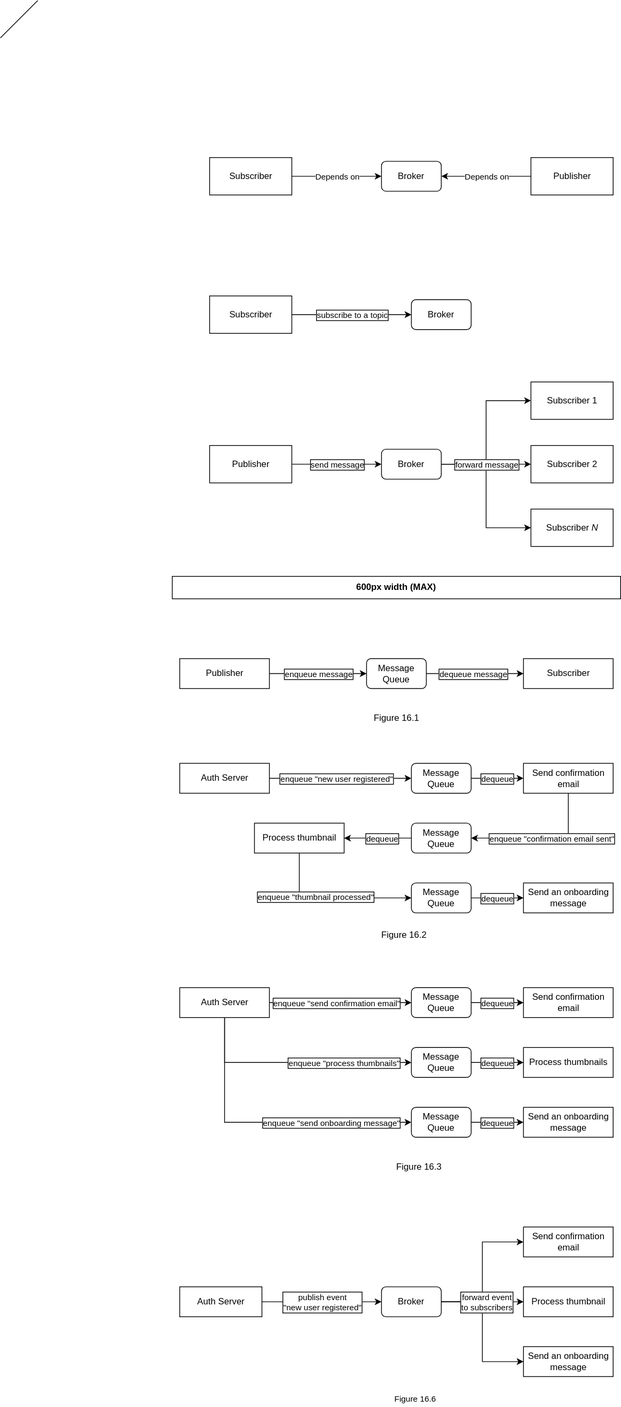
Before: Diagrams/Microservices-pub-sub.svg, a diagram exported from draw.io (PacktPublishing/Architecting-ASP.NET-Core-Applications-3E). Source tidied: cells renumbered, new cells last; positions are measured from the earlier drawing's top-left corner, leaving out a move shared by most shapes.
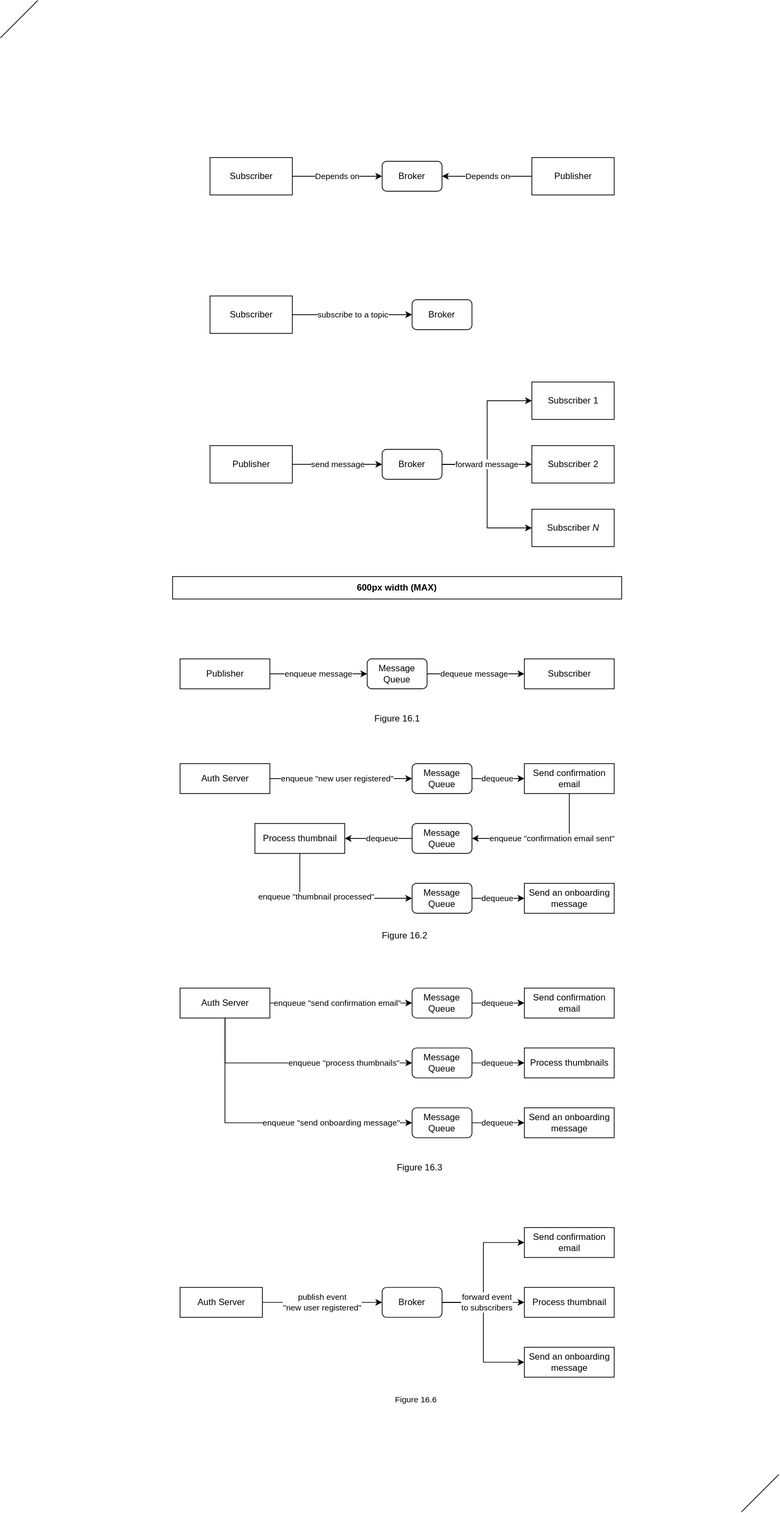
After the change.

What changed in the source:
```diff
@@ -11,7 +11,7 @@
     <mxCell id="4" style="edgeStyle=elbowEdgeStyle;rounded=0;jettySize=auto;html=1;" parent="1" edge="1" source="6" target="12">
       <mxGeometry relative="1" as="geometry" />
     </mxCell>
-    <mxCell id="5" value="forward message" style="edgeLabel;html=1;align=center;verticalAlign=middle;labelBorderColor=#000000;" parent="4" vertex="1">
+    <mxCell id="5" value="forward message" style="edgeLabel;html=1;align=center;verticalAlign=middle;labelBorderColor=none;" parent="4" vertex="1">
       <mxGeometry x="-0.67" relative="1" as="geometry">
         <mxPoint x="26" as="offset" />
       </mxGeometry>
@@ -22,7 +22,7 @@
     <mxCell id="7" style="edgeStyle=orthogonalEdgeStyle;rounded=0;jettySize=auto;html=1;" parent="1" edge="1" source="9" target="6">
       <mxGeometry relative="1" as="geometry" />
     </mxCell>
-    <mxCell id="8" value="send message" style="edgeLabel;align=center;verticalAlign=middle;labelBorderColor=#000000;spacingTop=0;labelPadding=0;backgroundOutline=0;imageHeight=24;imageAspect=1;html=1;spacing=2;spacingRight=0;" parent="7" vertex="1">
+    <mxCell id="8" value="send message" style="edgeLabel;align=center;verticalAlign=middle;labelBorderColor=none;spacingTop=0;labelPadding=0;backgroundOutline=0;imageHeight=24;imageAspect=1;html=1;spacing=2;spacingRight=0;" parent="7" vertex="1">
       <mxGeometry x="-0.18" y="1" relative="1" as="geometry">
         <mxPoint x="11" y="1" as="offset" />
       </mxGeometry>
@@ -42,7 +42,7 @@
     <mxCell id="13" style="edgeStyle=elbowEdgeStyle;rounded=0;jettySize=auto;html=1;startArrow=classic;startFill=1;endArrow=none;endFill=0;" parent="1" edge="1" source="15" target="16">
       <mxGeometry relative="1" as="geometry" />
     </mxCell>
-    <mxCell id="14" value="subscribe to a topic" style="edgeLabel;html=1;align=center;verticalAlign=middle;labelBorderColor=#000000;" parent="13" vertex="1">
+    <mxCell id="14" value="subscribe to a topic" style="edgeLabel;html=1;align=center;verticalAlign=middle;labelBorderColor=none;" parent="13" vertex="1">
       <mxGeometry x="-0.67" relative="1" as="geometry">
         <mxPoint x="-54" as="offset" />
       </mxGeometry>
@@ -56,7 +56,7 @@
     <mxCell id="17" style="edgeStyle=orthogonalEdgeStyle;rounded=0;jettySize=auto;html=1;" parent="1" edge="1" source="19" target="23">
       <mxGeometry relative="1" as="geometry" />
     </mxCell>
-    <mxCell id="18" value="dequeue message" style="edgeLabel;html=1;align=center;verticalAlign=middle;labelBorderColor=#000000;" parent="17" vertex="1">
+    <mxCell id="18" value="dequeue message" style="edgeLabel;html=1;align=center;verticalAlign=middle;labelBorderColor=none;labelBackgroundColor=default;fontColor=default;" parent="17" vertex="1">
       <mxGeometry x="0.2" relative="1" as="geometry">
         <mxPoint x="-16" as="offset" />
       </mxGeometry>
@@ -67,7 +67,7 @@
     <mxCell id="20" style="edgeStyle=orthogonalEdgeStyle;rounded=0;jettySize=auto;html=1;" parent="1" edge="1" source="22" target="19">
       <mxGeometry relative="1" as="geometry" />
     </mxCell>
-    <mxCell id="21" value="enqueue message" style="edgeLabel;align=center;verticalAlign=middle;labelBorderColor=#000000;spacingTop=0;labelPadding=0;backgroundOutline=0;imageHeight=24;imageAspect=1;html=1;spacing=2;spacingRight=0;" parent="20" vertex="1">
+    <mxCell id="21" value="enqueue message" style="edgeLabel;align=center;verticalAlign=middle;labelBorderColor=none;spacingTop=0;labelPadding=0;backgroundOutline=0;imageHeight=24;imageAspect=1;html=1;spacing=2;spacingRight=0;labelBackgroundColor=default;fontColor=default;" parent="20" vertex="1">
       <mxGeometry x="-0.18" y="1" relative="1" as="geometry">
         <mxPoint x="11" y="1" as="offset" />
       </mxGeometry>
@@ -81,7 +81,7 @@
     <mxCell id="24" style="edgeStyle=orthogonalEdgeStyle;rounded=0;jettySize=auto;html=1;" parent="1" edge="1" source="26" target="30">
       <mxGeometry relative="1" as="geometry" />
     </mxCell>
-    <mxCell id="25" value="dequeue" style="edgeLabel;html=1;align=center;verticalAlign=middle;labelBorderColor=#000000;" parent="24" vertex="1">
+    <mxCell id="25" value="dequeue" style="edgeLabel;html=1;align=center;verticalAlign=middle;labelBorderColor=none;" parent="24" vertex="1">
       <mxGeometry x="0.2" relative="1" as="geometry">
         <mxPoint x="-8" as="offset" />
       </mxGeometry>
@@ -92,7 +92,7 @@
     <mxCell id="27" style="edgeStyle=orthogonalEdgeStyle;rounded=0;jettySize=auto;html=1;" parent="1" edge="1" source="29" target="26">
       <mxGeometry relative="1" as="geometry" />
     </mxCell>
-    <mxCell id="28" value="enqueue &quot;new user registered&quot;" style="edgeLabel;align=center;verticalAlign=middle;labelBorderColor=#000000;spacingTop=0;labelPadding=0;backgroundOutline=0;imageHeight=24;imageAspect=1;html=1;spacing=2;spacingRight=0;" parent="27" vertex="1">
+    <mxCell id="28" value="enqueue &quot;new user registered&quot;" style="edgeLabel;align=center;verticalAlign=middle;labelBorderColor=none;spacingTop=0;labelPadding=0;backgroundOutline=0;imageHeight=24;imageAspect=1;html=1;spacing=2;spacingRight=0;" parent="27" vertex="1">
       <mxGeometry x="-0.18" y="1" relative="1" as="geometry">
         <mxPoint x="11" y="1" as="offset" />
       </mxGeometry>
@@ -112,7 +112,7 @@
     <mxCell id="33" style="edgeStyle=elbowEdgeStyle;rounded=0;jettySize=auto;html=1;" parent="1" edge="1" source="35" target="41">
       <mxGeometry relative="1" as="geometry" />
     </mxCell>
-    <mxCell id="34" value="forward event&lt;br&gt;to subscribers" style="edgeLabel;html=1;align=center;verticalAlign=middle;labelBorderColor=#000000;" parent="33" vertex="1">
+    <mxCell id="34" value="forward event&lt;br&gt;to subscribers" style="edgeLabel;html=1;align=center;verticalAlign=middle;labelBorderColor=none;" parent="33" vertex="1">
       <mxGeometry x="-0.67" relative="1" as="geometry">
         <mxPoint x="29" as="offset" />
       </mxGeometry>
@@ -123,7 +123,7 @@
     <mxCell id="36" style="edgeStyle=orthogonalEdgeStyle;rounded=0;jettySize=auto;html=1;" parent="1" edge="1" source="38" target="35">
       <mxGeometry relative="1" as="geometry" />
     </mxCell>
-    <mxCell id="37" value="publish event&lt;br style=&quot;font-size: 11px&quot;&gt;&quot;new user registered&quot;" style="edgeLabel;align=center;verticalAlign=middle;labelBorderColor=#000000;spacingTop=0;labelPadding=0;backgroundOutline=0;imageHeight=24;imageAspect=1;html=1;spacing=2;spacingRight=0;fontSize=11;" parent="36" vertex="1">
+    <mxCell id="37" value="publish event&lt;br style=&quot;font-size: 11px&quot;&gt;&quot;new user registered&quot;" style="edgeLabel;align=center;verticalAlign=middle;labelBorderColor=none;spacingTop=0;labelPadding=0;backgroundOutline=0;imageHeight=24;imageAspect=1;html=1;spacing=2;spacingRight=0;fontSize=11;" parent="36" vertex="1">
       <mxGeometry x="-0.18" y="1" relative="1" as="geometry">
         <mxPoint x="14" y="1" as="offset" />
       </mxGeometry>
@@ -143,7 +143,7 @@
     <mxCell id="42" style="edgeStyle=orthogonalEdgeStyle;rounded=0;jettySize=auto;html=1;" parent="1" edge="1" source="44" target="47">
       <mxGeometry relative="1" as="geometry" />
     </mxCell>
-    <mxCell id="43" value="dequeue" style="edgeLabel;html=1;align=center;verticalAlign=middle;labelBorderColor=#000000;" parent="42" vertex="1">
+    <mxCell id="43" value="dequeue" style="edgeLabel;html=1;align=center;verticalAlign=middle;labelBorderColor=none;" parent="42" vertex="1">
       <mxGeometry x="0.2" relative="1" as="geometry">
         <mxPoint x="14" as="offset" />
       </mxGeometry>
@@ -154,7 +154,7 @@
     <mxCell id="45" style="edgeStyle=orthogonalEdgeStyle;rounded=0;jettySize=auto;html=1;entryX=1;entryY=0.5;entryDx=0;entryDy=0;exitX=0.5;exitY=1;exitDx=0;exitDy=0;" parent="1" edge="1" source="30" target="44">
       <mxGeometry relative="1" as="geometry" />
     </mxCell>
-    <mxCell id="46" value="enqueue &quot;confirmation email sent&quot;" style="edgeLabel;align=center;verticalAlign=middle;labelBorderColor=#000000;spacingTop=0;labelPadding=0;backgroundOutline=0;imageHeight=24;imageAspect=1;html=1;spacing=2;spacingRight=0;" parent="45" vertex="1">
+    <mxCell id="46" value="enqueue &quot;confirmation email sent&quot;" style="edgeLabel;align=center;verticalAlign=middle;labelBorderColor=none;spacingTop=0;labelPadding=0;backgroundOutline=0;imageHeight=24;imageAspect=1;html=1;spacing=2;spacingRight=0;" parent="45" vertex="1">
       <mxGeometry x="-0.18" y="1" relative="1" as="geometry">
         <mxPoint x="-5" y="-1" as="offset" />
       </mxGeometry>
@@ -171,7 +171,7 @@
     <mxCell id="50" style="edgeStyle=orthogonalEdgeStyle;rounded=0;jettySize=auto;html=1;entryX=0;entryY=0.5;entryDx=0;entryDy=0;exitX=0.5;exitY=1;exitDx=0;exitDy=0;" parent="1" edge="1" source="47" target="49">
       <mxGeometry relative="1" as="geometry" />
     </mxCell>
-    <mxCell id="51" value="enqueue &quot;thumbnail processed&quot;" style="edgeLabel;align=center;verticalAlign=middle;labelBorderColor=#000000;spacingTop=0;labelPadding=0;backgroundOutline=0;imageHeight=24;imageAspect=1;html=1;spacing=2;spacingRight=0;" parent="50" vertex="1">
+    <mxCell id="51" value="enqueue &quot;thumbnail processed&quot;" style="edgeLabel;align=center;verticalAlign=middle;labelBorderColor=none;spacingTop=0;labelPadding=0;backgroundOutline=0;imageHeight=24;imageAspect=1;html=1;spacing=2;spacingRight=0;" parent="50" vertex="1">
       <mxGeometry x="-0.18" y="1" relative="1" as="geometry">
         <mxPoint x="-5" y="-1" as="offset" />
       </mxGeometry>
@@ -179,7 +179,7 @@
     <mxCell id="52" style="edgeStyle=orthogonalEdgeStyle;rounded=0;jettySize=auto;html=1;" parent="1" edge="1" source="49" target="48">
       <mxGeometry relative="1" as="geometry" />
     </mxCell>
-    <mxCell id="53" value="dequeue" style="edgeLabel;html=1;align=center;verticalAlign=middle;labelBorderColor=#000000;" parent="52" vertex="1">
+    <mxCell id="53" value="dequeue" style="edgeLabel;html=1;align=center;verticalAlign=middle;labelBorderColor=none;" parent="52" vertex="1">
       <mxGeometry x="0.2" relative="1" as="geometry">
         <mxPoint x="-8" as="offset" />
       </mxGeometry>
@@ -187,7 +187,7 @@
     <mxCell id="54" style="edgeStyle=orthogonalEdgeStyle;rounded=0;jettySize=auto;html=1;" parent="1" edge="1" source="56" target="60">
       <mxGeometry relative="1" as="geometry" />
     </mxCell>
-    <mxCell id="55" value="dequeue" style="edgeLabel;html=1;align=center;verticalAlign=middle;labelBorderColor=#000000;" parent="54" vertex="1">
+    <mxCell id="55" value="dequeue" style="edgeLabel;html=1;align=center;verticalAlign=middle;labelBorderColor=none;" parent="54" vertex="1">
       <mxGeometry x="0.2" relative="1" as="geometry">
         <mxPoint x="-8" as="offset" />
       </mxGeometry>
@@ -198,7 +198,7 @@
     <mxCell id="57" style="edgeStyle=orthogonalEdgeStyle;rounded=0;jettySize=auto;html=1;" parent="1" edge="1" source="59" target="56">
       <mxGeometry relative="1" as="geometry" />
     </mxCell>
-    <mxCell id="58" value="enqueue &quot;send confirmation email&quot;" style="edgeLabel;align=center;verticalAlign=middle;labelBorderColor=#000000;spacingTop=0;labelPadding=0;backgroundOutline=0;imageHeight=24;imageAspect=1;html=1;spacing=2;spacingRight=0;" parent="57" vertex="1">
+    <mxCell id="58" value="enqueue &quot;send confirmation email&quot;" style="edgeLabel;align=center;verticalAlign=middle;labelBorderColor=none;spacingTop=0;labelPadding=0;backgroundOutline=0;imageHeight=24;imageAspect=1;html=1;spacing=2;spacingRight=0;" parent="57" vertex="1">
       <mxGeometry x="-0.18" y="1" relative="1" as="geometry">
         <mxPoint x="11" y="1" as="offset" />
       </mxGeometry>
@@ -212,7 +212,7 @@
     <mxCell id="61" style="edgeStyle=orthogonalEdgeStyle;rounded=0;jettySize=auto;html=1;" parent="1" edge="1" source="63" target="66">
       <mxGeometry relative="1" as="geometry" />
     </mxCell>
-    <mxCell id="62" value="dequeue" style="edgeLabel;html=1;align=center;verticalAlign=middle;labelBorderColor=#000000;" parent="61" vertex="1">
+    <mxCell id="62" value="dequeue" style="edgeLabel;html=1;align=center;verticalAlign=middle;labelBorderColor=none;" parent="61" vertex="1">
       <mxGeometry x="0.2" relative="1" as="geometry">
         <mxPoint x="-8" as="offset" />
       </mxGeometry>
@@ -223,7 +223,7 @@
     <mxCell id="64" style="edgeStyle=orthogonalEdgeStyle;rounded=0;jettySize=auto;html=1;entryX=0;entryY=0.5;entryDx=0;entryDy=0;exitX=0.5;exitY=1;exitDx=0;exitDy=0;" parent="1" edge="1" source="59" target="63">
       <mxGeometry relative="1" as="geometry" />
     </mxCell>
-    <mxCell id="65" value="enqueue &quot;process thumbnails&quot;" style="edgeLabel;align=center;verticalAlign=middle;labelBorderColor=#000000;spacingTop=0;labelPadding=0;backgroundOutline=0;imageHeight=24;imageAspect=1;html=1;spacing=2;spacingRight=0;" parent="64" vertex="1">
+    <mxCell id="65" value="enqueue &quot;process thumbnails&quot;" style="edgeLabel;align=center;verticalAlign=middle;labelBorderColor=none;spacingTop=0;labelPadding=0;backgroundOutline=0;imageHeight=24;imageAspect=1;html=1;spacing=2;spacingRight=0;" parent="64" vertex="1">
       <mxGeometry x="-0.18" y="1" relative="1" as="geometry">
         <mxPoint x="91" y="1" as="offset" />
       </mxGeometry>
@@ -240,7 +240,7 @@
     <mxCell id="69" style="edgeStyle=orthogonalEdgeStyle;rounded=0;jettySize=auto;html=1;entryX=0;entryY=0.5;entryDx=0;entryDy=0;exitX=0.5;exitY=1;exitDx=0;exitDy=0;" parent="1" edge="1" source="59" target="68">
       <mxGeometry relative="1" as="geometry" />
     </mxCell>
-    <mxCell id="70" value="enqueue &quot;send onboarding message&quot;" style="edgeLabel;align=center;verticalAlign=middle;labelBorderColor=#000000;spacingTop=0;labelPadding=0;backgroundOutline=0;imageHeight=24;imageAspect=1;html=1;spacing=2;spacingRight=0;" parent="69" vertex="1">
+    <mxCell id="70" value="enqueue &quot;send onboarding message&quot;" style="edgeLabel;align=center;verticalAlign=middle;labelBorderColor=none;spacingTop=0;labelPadding=0;backgroundOutline=0;imageHeight=24;imageAspect=1;html=1;spacing=2;spacingRight=0;" parent="69" vertex="1">
       <mxGeometry x="-0.18" y="1" relative="1" as="geometry">
         <mxPoint x="121" y="1" as="offset" />
       </mxGeometry>
@@ -248,7 +248,7 @@
     <mxCell id="71" style="edgeStyle=orthogonalEdgeStyle;rounded=0;jettySize=auto;html=1;" parent="1" edge="1" source="68" target="67">
       <mxGeometry relative="1" as="geometry" />
     </mxCell>
-    <mxCell id="72" value="dequeue" style="edgeLabel;html=1;align=center;verticalAlign=middle;labelBorderColor=#000000;" parent="71" vertex="1">
+    <mxCell id="72" value="dequeue" style="edgeLabel;html=1;align=center;verticalAlign=middle;labelBorderColor=none;" parent="71" vertex="1">
       <mxGeometry x="0.2" relative="1" as="geometry">
         <mxPoint x="-8" as="offset" />
       </mxGeometry>
@@ -285,7 +285,7 @@
     <mxCell id="82" style="edgeStyle=none;html=1;" parent="1" edge="1" source="84" target="80">
       <mxGeometry relative="1" as="geometry" />
     </mxCell>
-    <mxCell id="83" value="Depends on" style="edgeLabel;html=1;align=center;verticalAlign=middle;" parent="82" vertex="1">
+    <mxCell id="83" value="Depends on" style="edgeLabel;html=1;align=center;verticalAlign=middle;labelBorderColor=none;" parent="82" vertex="1">
       <mxGeometry x="0.53" y="-2" relative="1" as="geometry">
         <mxPoint x="32" y="2" as="offset" />
       </mxGeometry>
@@ -299,5 +299,11 @@
         <mxPoint x="50" as="targetPoint" />
       </mxGeometry>
     </mxCell>
+    <mxCell id="86" style="endArrow=none;html=1;" parent="1" edge="1">
+      <mxGeometry relative="1" as="geometry">
+        <mxPoint x="990" y="2020" as="sourcePoint" />
+        <mxPoint x="1040" y="1970" as="targetPoint" />
+      </mxGeometry>
+    </mxCell>
   </root>
 </mxGraphModel>
```
